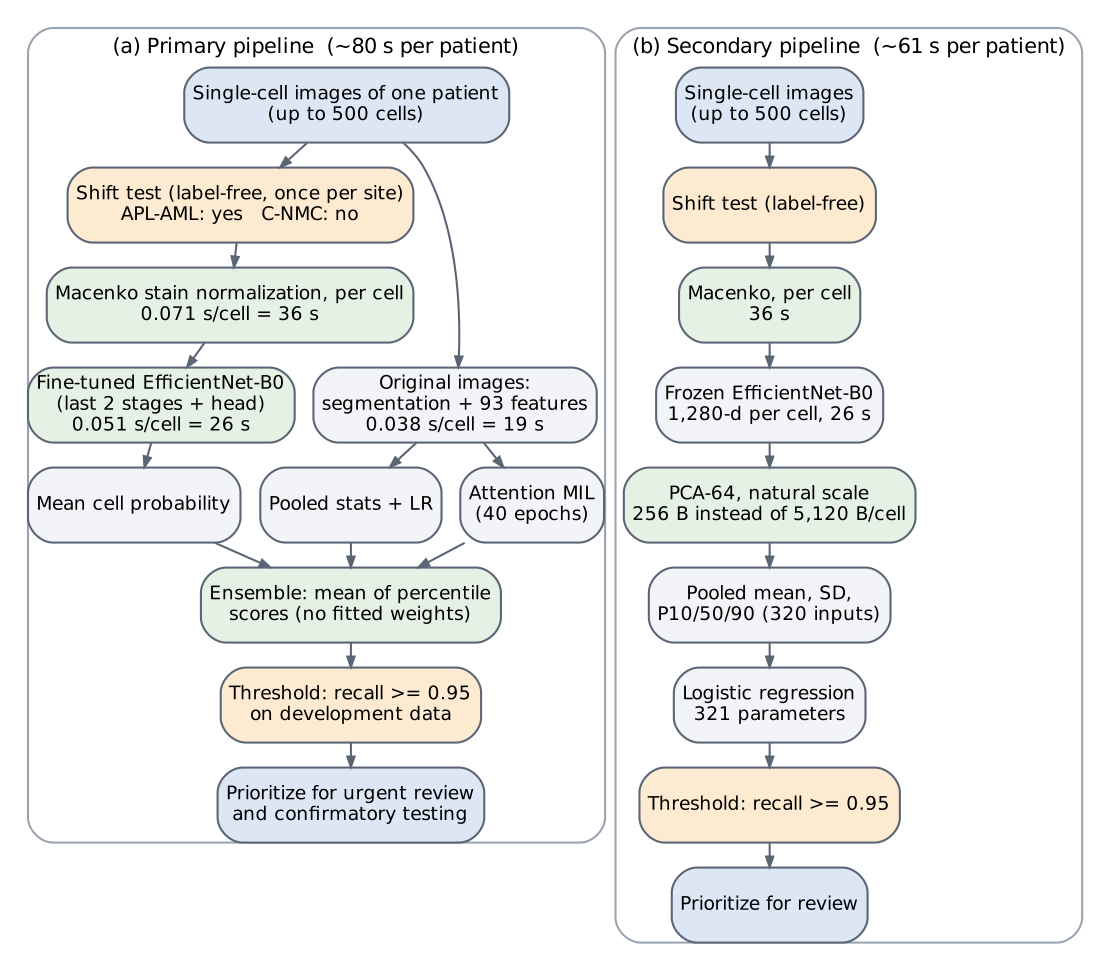
This is manuscript/figures/fig_pipelines.png from Sherif-Hussein/leukemia-leakage-benchmark, a Graphviz export, as it was before one commit. Its source is kept beside it as manuscript/figures/fig_pipelines.dot.
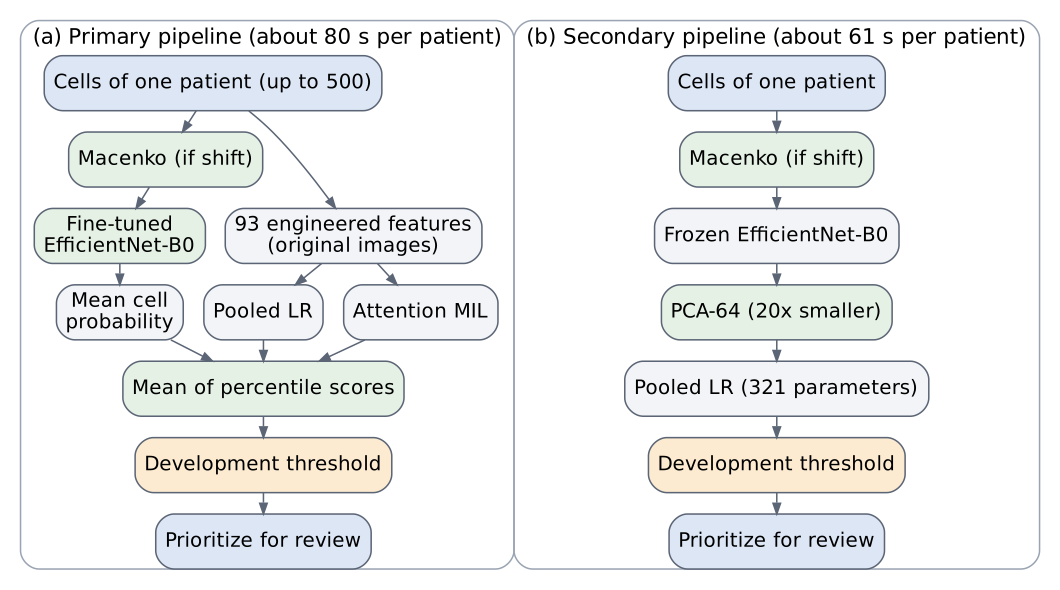
After the change.

What changed in the source:
```diff
@@ -1,33 +1,28 @@
 digraph P {
-  graph [rankdir=TB, fontname="DejaVu Sans", fontsize=9, nodesep=0.12, ranksep=0.16, margin=0.02, newrank=true];
-  node  [shape=box, style="rounded,filled", fillcolor="#F2F4F7", color="#5B6575", fontname="DejaVu Sans", fontsize=9, margin="0.06,0.03"];
-  edge  [color="#5B6575", arrowsize=0.5];
-  subgraph cluster_p { label="(a) Primary pipeline  (~80 s per patient)"; fontsize=10; style="rounded"; color="#9AA4B2";
-    in   [label="Single-cell images of one patient\n(up to 500 cells)", fillcolor="#DCE6F5"];
-    shift[label="Shift test (label-free, once per site)\nAPL-AML: yes   C-NMC: no", fillcolor="#FCEBD0"];
-    mac  [label="Macenko stain normalization, per cell\n0.071 s/cell = 36 s", fillcolor="#E4F1E4"];
-    ft   [label="Fine-tuned EfficientNet-B0\n(last 2 stages + head)\n0.051 s/cell = 26 s", fillcolor="#E4F1E4"];
-    mp   [label="Mean cell probability"];
-    seg  [label="Original images:\nsegmentation + 93 features\n0.038 s/cell = 19 s"];
-    pool [label="Pooled stats + LR"];
-    mil  [label="Attention MIL\n(40 epochs)"];
-    ens  [label="Ensemble: mean of percentile\nscores (no fitted weights)", fillcolor="#E4F1E4"];
-    thr  [label="Threshold: recall >= 0.95\non development data", fillcolor="#FCEBD0"];
-    out  [label="Prioritize for urgent review\nand confirmatory testing", fillcolor="#DCE6F5"];
-    in -> shift -> mac -> ft -> mp -> ens;
-    in -> seg; seg -> pool -> ens; seg -> mil -> ens;
-    ens -> thr -> out;
+  graph [rankdir=TB, fontname="DejaVu Sans", nodesep=0.18, ranksep=0.2, margin=0.02, newrank=true];
+  node  [shape=box, style="rounded,filled", fillcolor="#F2F4F7", color="#5B6575", fontname="DejaVu Sans", fontsize=13, margin="0.08,0.04"];
+  edge  [color="#5B6575", arrowsize=0.7];
+  subgraph cluster_p { label="(a) Primary pipeline (about 80 s per patient)"; fontsize=14; style="rounded"; color="#9AA4B2";
+    in   [label="Cells of one patient (up to 500)", fillcolor="#DCE6F5"];
+    mac  [label="Macenko (if shift)", fillcolor="#E4F1E4"];
+    ft   [label="Fine-tuned\nEfficientNet-B0", fillcolor="#E4F1E4"];
+    mp   [label="Mean cell\nprobability"];
+    seg  [label="93 engineered features\n(original images)"];
+    pool [label="Pooled LR"];
+    mil  [label="Attention MIL"];
+    ens  [label="Mean of percentile scores", fillcolor="#E4F1E4"];
+    thr  [label="Development threshold", fillcolor="#FCEBD0"];
+    out  [label="Prioritize for review", fillcolor="#DCE6F5"];
+    in -> mac -> ft -> mp -> ens; in -> seg; seg -> pool -> ens; seg -> mil -> ens; ens -> thr -> out;
   }
-  subgraph cluster_s { label="(b) Secondary pipeline  (~61 s per patient)"; fontsize=10; style="rounded"; color="#9AA4B2";
-    in2   [label="Single-cell images\n(up to 500 cells)", fillcolor="#DCE6F5"];
-    shift2[label="Shift test (label-free)", fillcolor="#FCEBD0"];
-    mac2  [label="Macenko, per cell\n36 s", fillcolor="#E4F1E4"];
-    cnn2  [label="Frozen EfficientNet-B0\n1,280-d per cell, 26 s"];
-    pca2  [label="PCA-64, natural scale\n256 B instead of 5,120 B/cell", fillcolor="#E4F1E4"];
-    pool2 [label="Pooled mean, SD,\nP10/50/90 (320 inputs)"];
-    lr2   [label="Logistic regression\n321 parameters"];
-    thr2  [label="Threshold: recall >= 0.95", fillcolor="#FCEBD0"];
-    out2  [label="Prioritize for review", fillcolor="#DCE6F5"];
-    in2 -> shift2 -> mac2 -> cnn2 -> pca2 -> pool2 -> lr2 -> thr2 -> out2;
+  subgraph cluster_s { label="(b) Secondary pipeline (about 61 s per patient)"; fontsize=14; style="rounded"; color="#9AA4B2";
+    in2  [label="Cells of one patient", fillcolor="#DCE6F5"];
+    mac2 [label="Macenko (if shift)", fillcolor="#E4F1E4"];
+    cnn2 [label="Frozen EfficientNet-B0"];
+    pca2 [label="PCA-64 (20x smaller)", fillcolor="#E4F1E4"];
+    lr2  [label="Pooled LR (321 parameters)"];
+    thr2 [label="Development threshold", fillcolor="#FCEBD0"];
+    out2 [label="Prioritize for review", fillcolor="#DCE6F5"];
+    in2 -> mac2 -> cnn2 -> pca2 -> lr2 -> thr2 -> out2;
   }
 }
```
